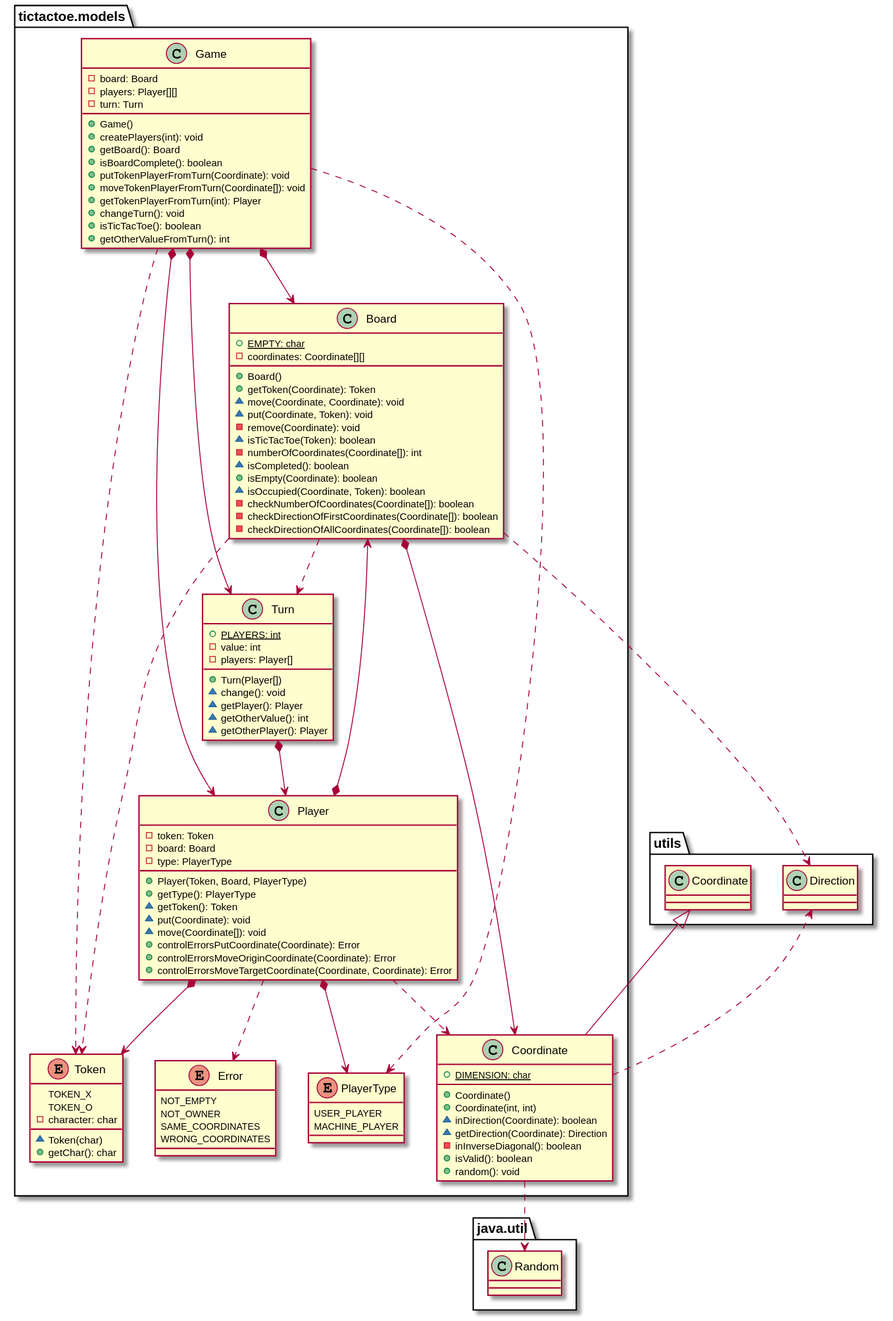
Before: docs/build/docs/asciidoc/images/tictactoeModelsVersion5.svg, a diagram exported from PlantUML (x-USantaTecla-game-ticTacToe/java). Its diagram source:
```plantuml
@startuml

class  tictactoe.models.Board{
+ {static} EMPTY: char
- coordinates: Coordinate[][]
+ Board()
+ getToken(Coordinate): Token
~ move(Coordinate, Coordinate): void
~ put(Coordinate, Token): void
- remove(Coordinate): void
~ isTicTacToe(Token): boolean
- numberOfCoordinates(Coordinate[]): int
~ isCompleted(): boolean
+ isEmpty(Coordinate): boolean
~ isOccupied(Coordinate, Token): boolean
- checkNumberOfCoordinates(Coordinate[]): boolean
- checkDirectionOfFirstCoordinates(Coordinate[]): boolean
- checkDirectionOfAllCoordinates(Coordinate[]): boolean
}
tictactoe.models.Board *-down-> tictactoe.models.Coordinate
tictactoe.models.Board ..> tictactoe.models.Token
tictactoe.models.Board ..> tictactoe.models.Turn
tictactoe.models.Board ..> utils.Direction

class  tictactoe.models.Coordinate{
+ {static} DIMENSION: char
+ Coordinate()
+ Coordinate(int, int)
~ inDirection(Coordinate): boolean
~ getDirection(Coordinate): Direction
- inInverseDiagonal(): boolean
+ isValid(): boolean
+ random(): void
}
utils.Coordinate <|-down- tictactoe.models.Coordinate
tictactoe.models.Coordinate ..> utils.Direction
tictactoe.models.Coordinate ..> java.util.Random

enum  tictactoe.models.Error{
NOT_EMPTY
NOT_OWNER
SAME_COORDINATES
WRONG_COORDINATES
}

class  tictactoe.models.Game{
- board: Board
- players: Player[][]
- turn: Turn
+ Game()
+ createPlayers(int): void
+ getBoard(): Board
+ isBoardComplete(): boolean
+ putTokenPlayerFromTurn(Coordinate): void
+ moveTokenPlayerFromTurn(Coordinate[]): void
+ getTokenPlayerFromTurn(int): Player
+ changeTurn(): void
+ isTicTacToe(): boolean
+ getOtherValueFromTurn(): int
}
tictactoe.models.Game *-down-> tictactoe.models.Board
tictactoe.models.Game *-down-> tictactoe.models.Player
tictactoe.models.Game *-down-> tictactoe.models.Turn
tictactoe.models.Game ..> tictactoe.models.Token
tictactoe.models.Game ..> tictactoe.models.PlayerType

class  tictactoe.models.Player{
- token: Token
- board: Board
- type: PlayerType
+ Player(Token, Board, PlayerType)
+ getType(): PlayerType
~ getToken(): Token
~ put(Coordinate): void
~ move(Coordinate[]): void
+ controlErrorsPutCoordinate(Coordinate): Error
+ controlErrorsMoveOriginCoordinate(Coordinate): Error
+ controlErrorsMoveTargetCoordinate(Coordinate, Coordinate): Error
}
tictactoe.models.Player *-down-> tictactoe.models.Token
tictactoe.models.Player *-down-> tictactoe.models.Board
tictactoe.models.Player *-down-> tictactoe.models.PlayerType
tictactoe.models.Player ..> tictactoe.models.Coordinate
tictactoe.models.Player ..> tictactoe.models.Error

enum  tictactoe.models.PlayerType{
USER_PLAYER
MACHINE_PLAYER
}

enum  tictactoe.models.Token{
TOKEN_X
TOKEN_O
- character: char
~ Token(char)
+ getChar(): char
}

class  tictactoe.models.Turn{
+ {static} PLAYERS: int
- value: int
- players: Player[]
+ Turn(Player[])
~ change(): void
~ getPlayer(): Player
~ getOtherValue(): int
~ getOtherPlayer(): Player
}
tictactoe.models.Turn *-down-> tictactoe.models.Player

@enduml
```
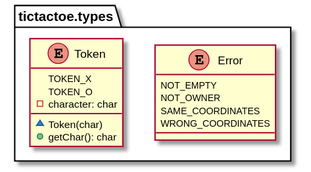
The same file after the commit.

Diff of the diagram source:
```diff
@@ -1,94 +1,13 @@
 @startuml
 
-class  tictactoe.models.Board{
-+ {static} EMPTY: char
-- coordinates: Coordinate[][]
-+ Board()
-+ getToken(Coordinate): Token
-~ move(Coordinate, Coordinate): void
-~ put(Coordinate, Token): void
-- remove(Coordinate): void
-~ isTicTacToe(Token): boolean
-- numberOfCoordinates(Coordinate[]): int
-~ isCompleted(): boolean
-+ isEmpty(Coordinate): boolean
-~ isOccupied(Coordinate, Token): boolean
-- checkNumberOfCoordinates(Coordinate[]): boolean
-- checkDirectionOfFirstCoordinates(Coordinate[]): boolean
-- checkDirectionOfAllCoordinates(Coordinate[]): boolean
-}
-tictactoe.models.Board *-down-> tictactoe.models.Coordinate
-tictactoe.models.Board ..> tictactoe.models.Token
-tictactoe.models.Board ..> tictactoe.models.Turn
-tictactoe.models.Board ..> utils.Direction
-
-class  tictactoe.models.Coordinate{
-+ {static} DIMENSION: char
-+ Coordinate()
-+ Coordinate(int, int)
-~ inDirection(Coordinate): boolean
-~ getDirection(Coordinate): Direction
-- inInverseDiagonal(): boolean
-+ isValid(): boolean
-+ random(): void
-}
-utils.Coordinate <|-down- tictactoe.models.Coordinate
-tictactoe.models.Coordinate ..> utils.Direction
-tictactoe.models.Coordinate ..> java.util.Random
-
-enum  tictactoe.models.Error{
+enum  tictactoe.types.Error{
 NOT_EMPTY
 NOT_OWNER
 SAME_COORDINATES
 WRONG_COORDINATES
 }
 
-class  tictactoe.models.Game{
-- board: Board
-- players: Player[][]
-- turn: Turn
-+ Game()
-+ createPlayers(int): void
-+ getBoard(): Board
-+ isBoardComplete(): boolean
-+ putTokenPlayerFromTurn(Coordinate): void
-+ moveTokenPlayerFromTurn(Coordinate[]): void
-+ getTokenPlayerFromTurn(int): Player
-+ changeTurn(): void
-+ isTicTacToe(): boolean
-+ getOtherValueFromTurn(): int
-}
-tictactoe.models.Game *-down-> tictactoe.models.Board
-tictactoe.models.Game *-down-> tictactoe.models.Player
-tictactoe.models.Game *-down-> tictactoe.models.Turn
-tictactoe.models.Game ..> tictactoe.models.Token
-tictactoe.models.Game ..> tictactoe.models.PlayerType
-
-class  tictactoe.models.Player{
-- token: Token
-- board: Board
-- type: PlayerType
-+ Player(Token, Board, PlayerType)
-+ getType(): PlayerType
-~ getToken(): Token
-~ put(Coordinate): void
-~ move(Coordinate[]): void
-+ controlErrorsPutCoordinate(Coordinate): Error
-+ controlErrorsMoveOriginCoordinate(Coordinate): Error
-+ controlErrorsMoveTargetCoordinate(Coordinate, Coordinate): Error
-}
-tictactoe.models.Player *-down-> tictactoe.models.Token
-tictactoe.models.Player *-down-> tictactoe.models.Board
-tictactoe.models.Player *-down-> tictactoe.models.PlayerType
-tictactoe.models.Player ..> tictactoe.models.Coordinate
-tictactoe.models.Player ..> tictactoe.models.Error
-
-enum  tictactoe.models.PlayerType{
-USER_PLAYER
-MACHINE_PLAYER
-}
-
-enum  tictactoe.models.Token{
+enum  tictactoe.types.Token{
 TOKEN_X
 TOKEN_O
 - character: char
@@ -96,16 +15,4 @@
 + getChar(): char
 }
 
-class  tictactoe.models.Turn{
-+ {static} PLAYERS: int
-- value: int
-- players: Player[]
-+ Turn(Player[])
-~ change(): void
-~ getPlayer(): Player
-~ getOtherValue(): int
-~ getOtherPlayer(): Player
-}
-tictactoe.models.Turn *-down-> tictactoe.models.Player
-
 @enduml
```
